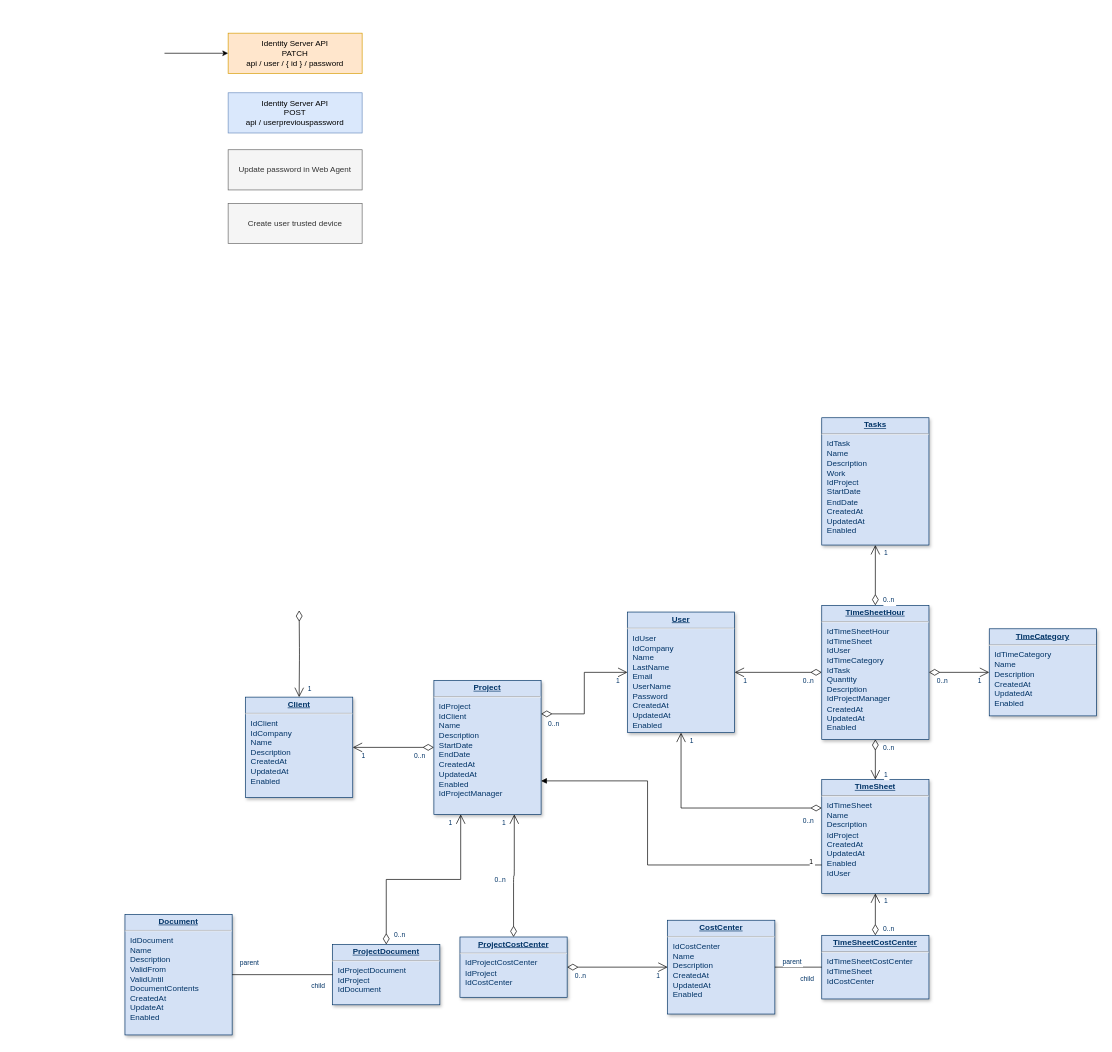
The draw.io diagram User Update Password.drawio in notariopablomarcelo/intermex, before the edit. Source tidied: cells renumbered, new cells numbered last; positions are measured from the earlier drawing's top-left corner, leaving out a move shared by most shapes. Both pictures are drawn from the tidied source at 67%, with x=0, y=0 at pixel (125, 33).
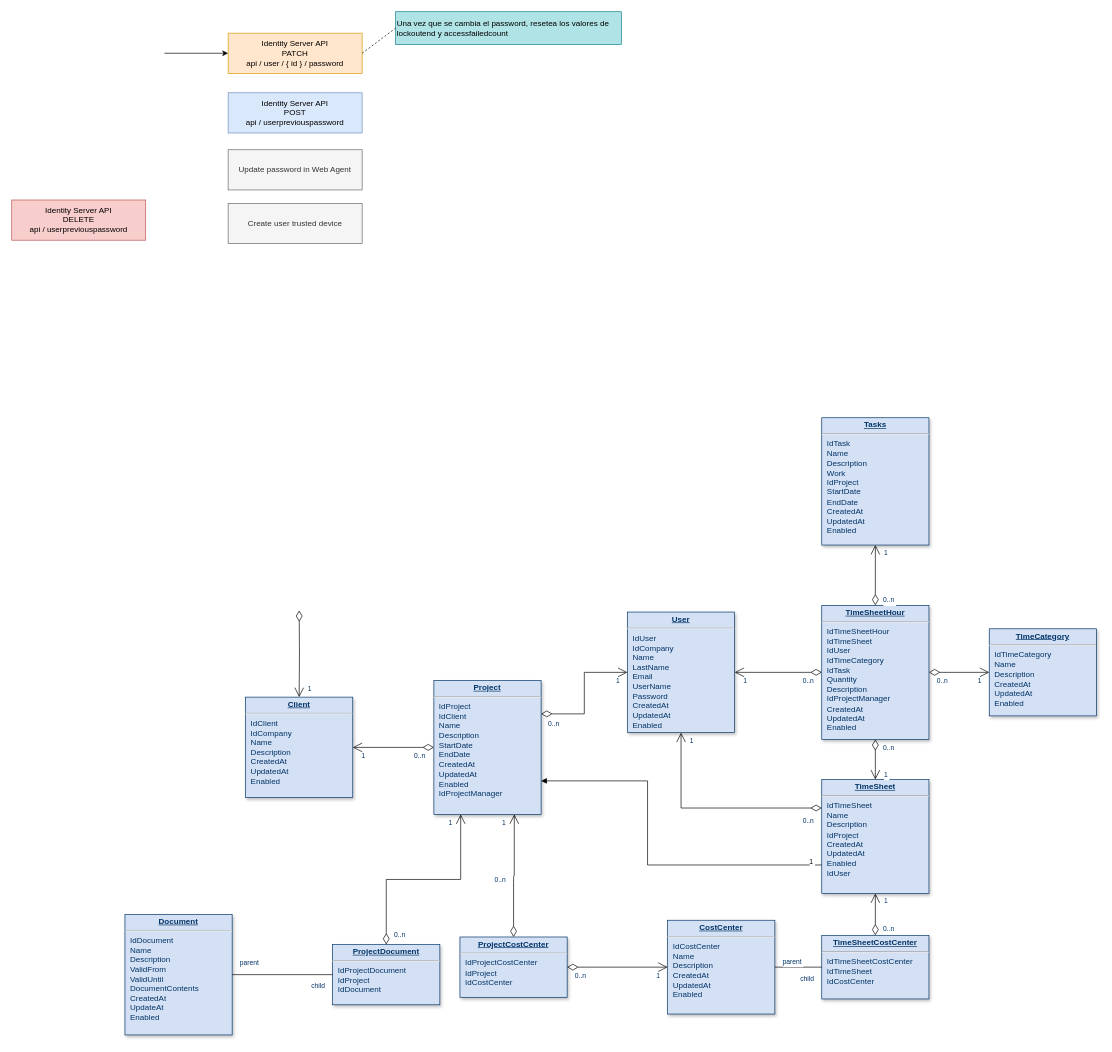
After the change.

Unchanged cells that the change refers to:
```xml
<mxCell id="57" value="Identity Server API&lt;br&gt;PATCH&lt;br&gt;api / user / { id } / password" style="rounded=0;whiteSpace=wrap;html=1;fillColor=#ffe6cc;strokeColor=#d79b00;" parent="1" vertex="1">
  <mxGeometry x="154" width="200" height="60" as="geometry" />
</mxCell>
```

Diff of the diagram source:
```diff
@@
+    <mxCell id="62" value="Identity Server API&lt;br&gt;DELETE&lt;br&gt;api / userpreviouspassword" style="rounded=0;whiteSpace=wrap;html=1;fillColor=#f8cecc;strokeColor=#b85450;" parent="1" vertex="1">
+      <mxGeometry x="-169" y="249" width="200" height="60" as="geometry" />
+    </mxCell>
+    <mxCell id="63" value="Una vez que se cambia el password, resetea los valores de lockoutend y accessfailedcount" style="text;html=1;strokeColor=#0e8088;fillColor=#b0e3e6;align=left;verticalAlign=middle;whiteSpace=wrap;rounded=0;" parent="1" vertex="1">
+      <mxGeometry x="404" y="-32" width="337" height="49" as="geometry" />
+    </mxCell>
+    <mxCell id="64" style="endArrow=none;dashed=1;html=1;rounded=0;exitX=1;exitY=0.5;exitDx=0;exitDy=0;entryX=0;entryY=0.5;entryDx=0;entryDy=0;" parent="1" edge="1" source="57" target="63">
+      <mxGeometry relative="1" as="geometry" />
+    </mxCell>
```
